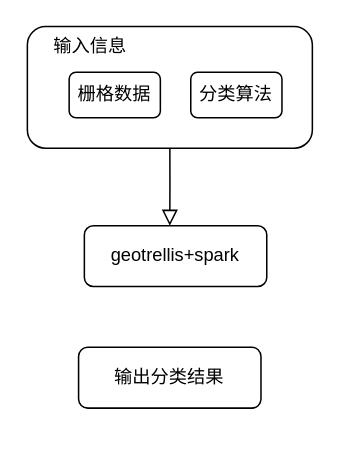
This is 非监督分类.drawio from ninexy/SpringcloudConfig-1, a draw.io file, before an edit. Source tidied: cells renumbered, new cells numbered last; positions are measured from the earlier drawing's top-left corner, leaving out a move shared by most shapes. Both pictures are drawn from the tidied source at 152%, with x=0, y=0 at pixel (26, 26).
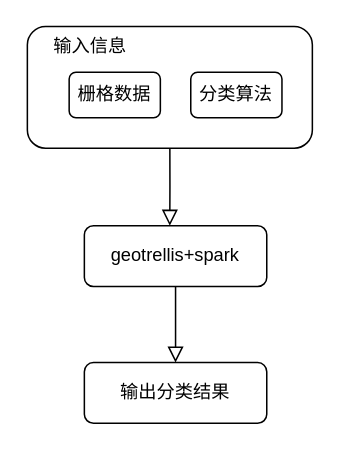
Above is the later version.

Commit message:
Update 非监督分类.drawio

Change to the diagram source:
```diff
@@
 <mxGraphModel>
   <root>
     <mxCell id="0" />
     <mxCell id="1" parent="0" />
     <mxCell id="2" style="rounded=0;html=1;jettySize=auto;fontSize=11;endArrow=block;endFill=0;endSize=8;strokeWidth=1;shadow=0;labelBackgroundColor=none;edgeStyle=orthogonalEdgeStyle;exitX=0.5;exitY=1;exitDx=0;exitDy=0;" parent="1" edge="1" source="4">
       <mxGeometry relative="1" as="geometry">
         <mxPoint x="94.2" y="131" as="targetPoint" />
       </mxGeometry>
     </mxCell>
+    <mxCell id="9" style="edgeStyle=orthogonalEdgeStyle;rounded=0;jettySize=auto;html=1;exitX=0.5;exitY=1;exitDx=0;exitDy=0;entryX=0.5;entryY=0;entryDx=0;entryDy=0;shadow=0;labelBackgroundColor=none;endArrow=block;endFill=0;endSize=8;strokeWidth=1;" parent="1" edge="1" source="3" target="8">
+      <mxGeometry relative="1" as="geometry" />
+    </mxCell>
     <mxCell id="3" value="geotrellis+spark" style="rounded=1;whiteSpace=wrap;html=1;fontSize=12;glass=0;strokeWidth=1;shadow=0;" parent="1" vertex="1">
       <mxGeometry x="38" y="131" width="120" height="40" as="geometry" />
     </mxCell>
     <mxCell id="4" style="rounded=1;whiteSpace=wrap;html=1;fontSize=12;glass=0;strokeWidth=1;shadow=0;align=left;fillColor=none;" parent="1" vertex="1">
       <mxGeometry x="0.5" width="187.5" height="80" as="geometry" />
     </mxCell>
     <mxCell id="5" value="输入信息" style="text;html=1;strokeColor=none;fillColor=none;align=center;verticalAlign=middle;whiteSpace=wrap;rounded=0;" parent="1" vertex="1">
       <mxGeometry x="6.5" y="3" width="70" height="20" as="geometry" />
     </mxCell>
     <mxCell id="6" value="栅格数据" style="rounded=1;whiteSpace=wrap;html=1;" parent="1" vertex="1">
       <mxGeometry x="28" y="30" width="60" height="30" as="geometry" />
     </mxCell>
     <mxCell id="7" value="分类算法" style="rounded=1;whiteSpace=wrap;html=1;" parent="1" vertex="1">
       <mxGeometry x="108" y="30" width="60" height="30" as="geometry" />
     </mxCell>
     <mxCell id="8" value="输出分类结果" style="rounded=1;whiteSpace=wrap;html=1;fontSize=12;glass=0;strokeWidth=1;shadow=0;" parent="1" vertex="1">
-      <mxGeometry x="34.2" y="211" width="120" height="40" as="geometry" />
+      <mxGeometry x="38" y="221" width="120" height="40" as="geometry" />
     </mxCell>
   </root>
 </mxGraphModel>
```
